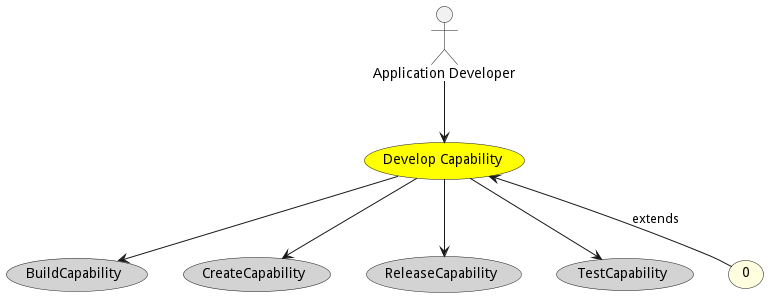
madajaju/sabr keeps this PlantUML diagram as docs/sabr/aml/cm/usecases/developcapability/Activities.png. Above is the earlier version.
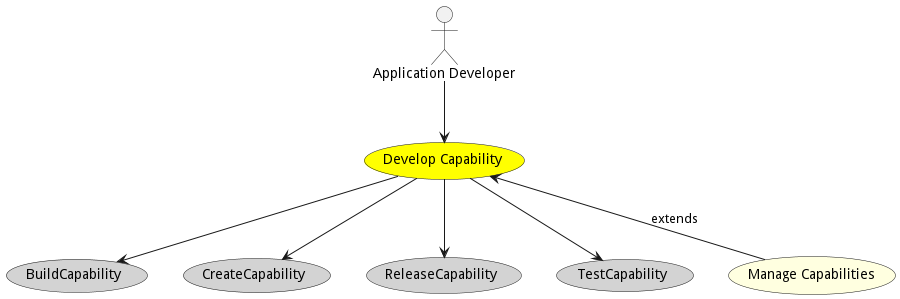
Above is the later version.

Diff of the diagram source:
```diff
@@ -27,9 +27,9 @@
 
 
 
-usecase "0" as 0 #lightyellow
+usecase "Manage Capabilities" as ManageCapabilities #lightyellow
 
-DevelopCapability <-- 0 : extends
+DevelopCapability <-- ManageCapabilities : extends
 
 
 
```
